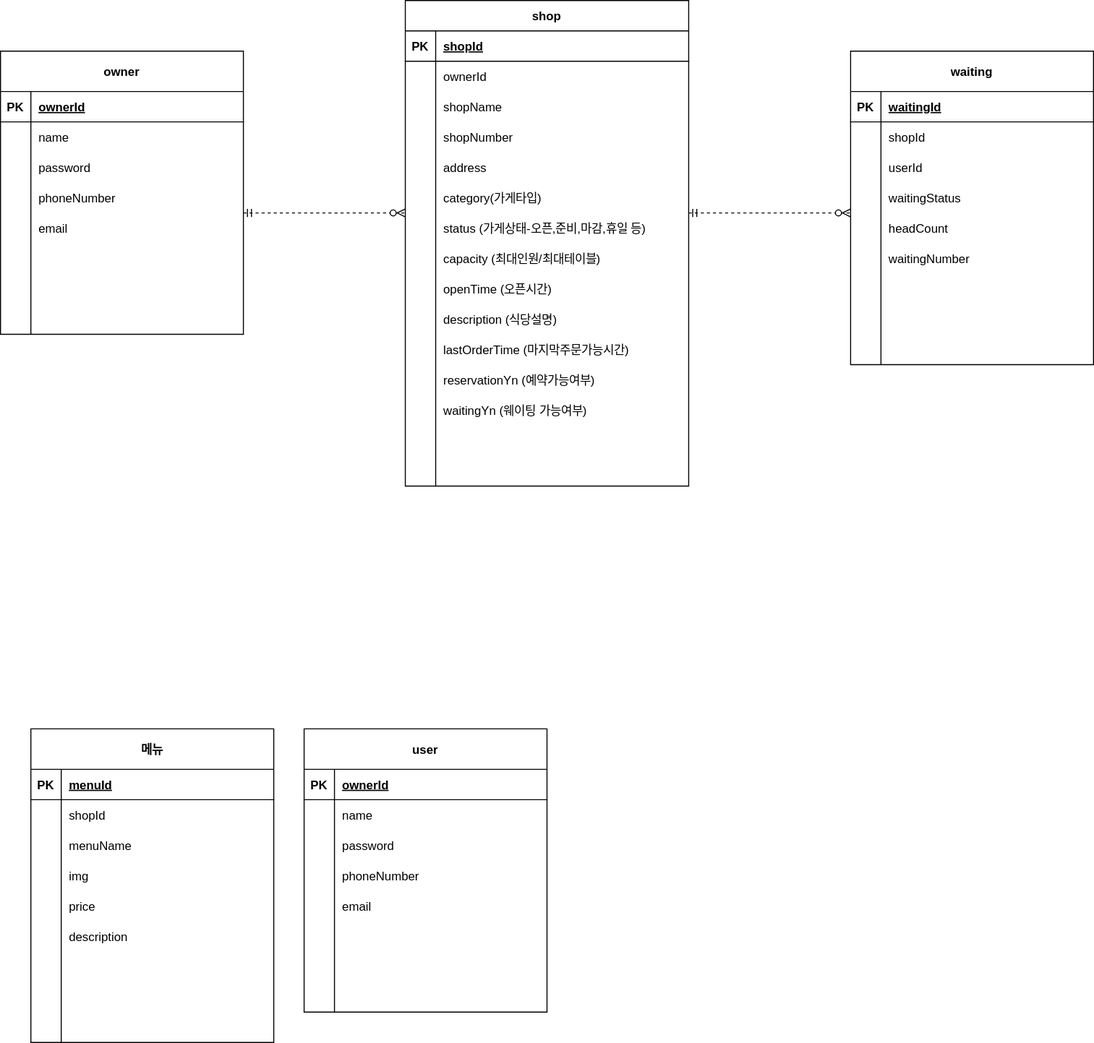
hyerinnn/reservetable keeps this draw.io diagram as document/reservetable-erd.svg. Above is the earlier version. Source tidied: cells renumbered, new cells last; positions are measured from the earlier drawing's top-left corner, leaving out a move shared by most shapes.
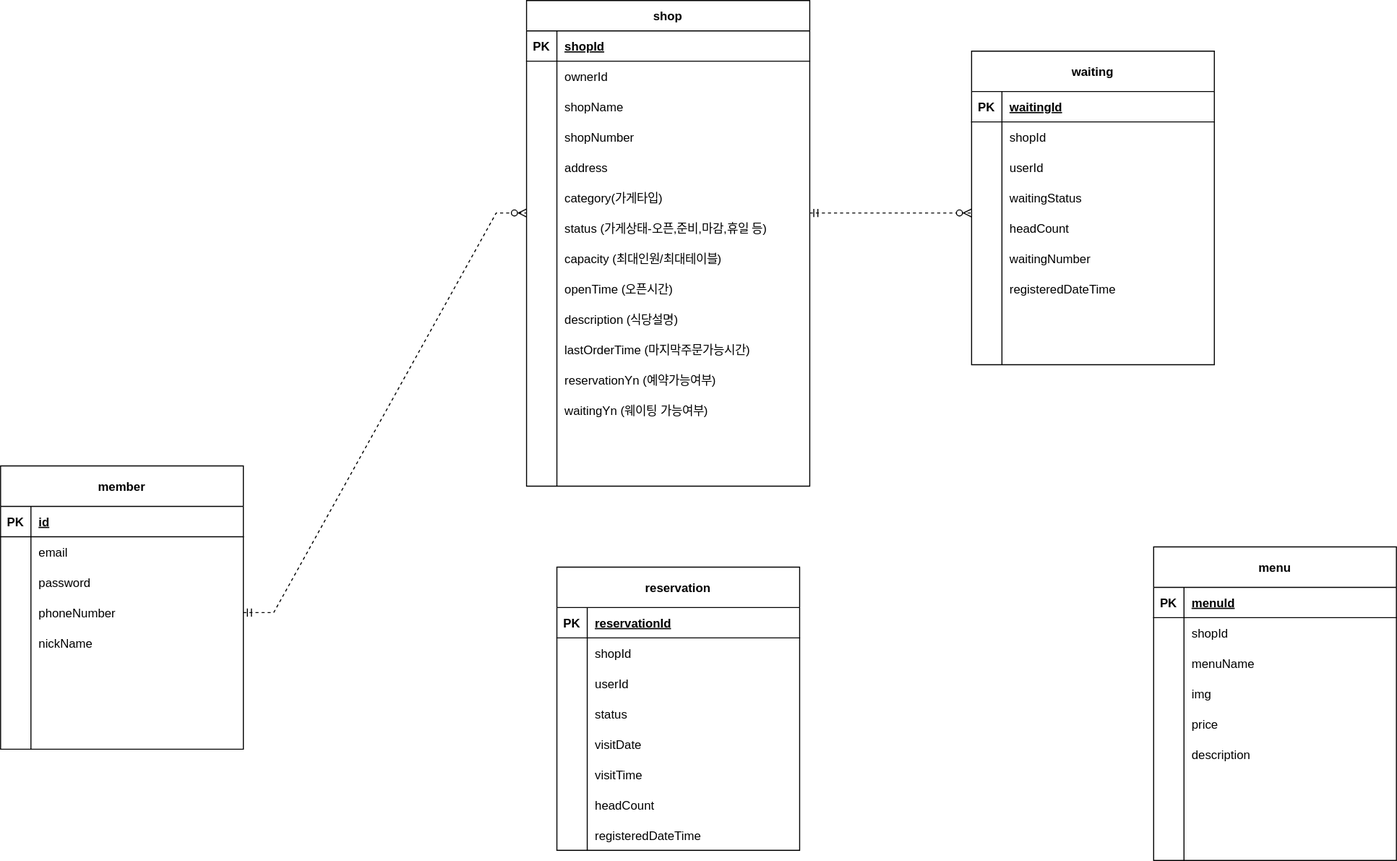
The same diagram one commit later.

The edit, as a diff of the source:
```diff
@@ -2,8 +2,8 @@
   <root>
     <mxCell id="0" />
     <mxCell id="1" parent="0" />
-    <mxCell id="2" value="owner" style="shape=table;startSize=40;rowLines=0;fontStyle=1;align=center;" parent="1" vertex="1">
-      <mxGeometry y="50" width="240" height="280" as="geometry" />
+    <mxCell id="2" value="member" style="shape=table;startSize=40;rowLines=0;fontStyle=1;align=center;" parent="1" vertex="1">
+      <mxGeometry x="30" y="460" width="240" height="280" as="geometry" />
     </mxCell>
     <mxCell id="3" style="shape=partialRectangle;fillColor=none;top=0;left=0;right=0;bottom=1;" parent="2" vertex="1">
       <mxGeometry y="40" width="240" height="30" as="geometry" />
@@ -11,7 +11,7 @@
     <mxCell id="4" value="PK" style="shape=partialRectangle;overflow=hidden;fillColor=none;top=0;left=0;bottom=0;right=0;fontStyle=1;" parent="3" vertex="1">
       <mxGeometry width="30" height="30" as="geometry" />
     </mxCell>
-    <mxCell id="5" value="ownerId" style="shape=partialRectangle;overflow=hidden;fillColor=none;top=0;left=0;bottom=0;right=0;align=left;spacingLeft=6;fontStyle=5;" parent="3" vertex="1">
+    <mxCell id="5" value="id" style="shape=partialRectangle;overflow=hidden;fillColor=none;top=0;left=0;bottom=0;right=0;align=left;spacingLeft=6;fontStyle=5;" parent="3" vertex="1">
       <mxGeometry x="30" width="210" height="30" as="geometry" />
     </mxCell>
     <mxCell id="6" style="shape=partialRectangle;fillColor=none;top=0;left=0;right=0;bottom=0;" parent="2" vertex="1">
@@ -20,7 +20,7 @@
     <mxCell id="7" style="shape=partialRectangle;overflow=hidden;fillColor=none;top=0;left=0;bottom=0;right=0;" parent="6" vertex="1">
       <mxGeometry width="30" height="30" as="geometry" />
     </mxCell>
-    <mxCell id="8" value="name" style="shape=partialRectangle;overflow=hidden;fillColor=none;top=0;left=0;bottom=0;right=0;align=left;spacingLeft=6;" parent="6" vertex="1">
+    <mxCell id="8" value="email" style="shape=partialRectangle;overflow=hidden;fillColor=none;top=0;left=0;bottom=0;right=0;align=left;spacingLeft=6;" parent="6" vertex="1">
       <mxGeometry x="30" width="210" height="30" as="geometry" />
     </mxCell>
     <mxCell id="9" style="shape=partialRectangle;fillColor=none;top=0;left=0;right=0;bottom=0;" parent="2" vertex="1">
@@ -47,7 +47,7 @@
     <mxCell id="16" style="shape=partialRectangle;overflow=hidden;fillColor=none;top=0;left=0;bottom=0;right=0;" parent="15" vertex="1">
       <mxGeometry width="30" height="30" as="geometry" />
     </mxCell>
-    <mxCell id="17" value="email" style="shape=partialRectangle;overflow=hidden;fillColor=none;top=0;left=0;bottom=0;right=0;align=left;spacingLeft=6;" parent="15" vertex="1">
+    <mxCell id="17" value="nickName" style="shape=partialRectangle;overflow=hidden;fillColor=none;top=0;left=0;bottom=0;right=0;align=left;spacingLeft=6;" parent="15" vertex="1">
       <mxGeometry x="30" width="210" height="30" as="geometry" />
     </mxCell>
     <mxCell id="18" style="shape=partialRectangle;fillColor=none;top=0;left=0;right=0;bottom=0;" parent="2" vertex="1">
@@ -78,7 +78,7 @@
       <mxGeometry x="30" width="210" height="30" as="geometry" />
     </mxCell>
     <mxCell id="27" value="shop" style="shape=table;startSize=30;rowLines=0;fontStyle=1;align=center;" parent="1" vertex="1">
-      <mxGeometry x="400" width="280" height="480" as="geometry" />
+      <mxGeometry x="550" width="280" height="480" as="geometry" />
     </mxCell>
     <mxCell id="28" style="shape=partialRectangle;fillColor=none;top=0;left=0;right=0;bottom=1;" parent="27" vertex="1">
       <mxGeometry y="30" width="280" height="30" as="geometry" />
@@ -215,17 +215,16 @@
     <mxCell id="72" style="shape=partialRectangle;overflow=hidden;fillColor=none;top=0;left=0;bottom=0;right=0;align=left;spacingLeft=6;" parent="70" vertex="1">
       <mxGeometry x="30" width="250" height="30" as="geometry" />
     </mxCell>
-    <mxCell id="73" style="edgeStyle=entityRelationEdgeStyle;fontSize=12;html=1;endArrow=ERzeroToMany;startArrow=ERmandOne;rounded=0;exitX=1;exitY=0.5;exitDx=0;exitDy=0;entryX=0;entryY=0.5;entryDx=0;entryDy=0;dashed=1;" parent="1" edge="1">
+    <mxCell id="73" style="edgeStyle=entityRelationEdgeStyle;fontSize=12;html=1;endArrow=ERzeroToMany;startArrow=ERmandOne;rounded=0;entryX=0;entryY=0.5;entryDx=0;entryDy=0;dashed=1;exitX=1;exitY=0.5;exitDx=0;exitDy=0;" parent="1" edge="1" source="12">
       <mxGeometry relative="1" as="geometry">
-        <mxPoint x="240" y="210" as="sourcePoint" />
-        <mxPoint x="400" y="210" as="targetPoint" />
+        <mxPoint x="550" y="210" as="targetPoint" />
         <Array as="points">
-          <mxPoint x="320" y="190" />
+          <mxPoint x="470" y="190" />
         </Array>
       </mxGeometry>
     </mxCell>
-    <mxCell id="74" value="메뉴" style="shape=table;startSize=40;rowLines=0;fontStyle=1;align=center;" parent="1" vertex="1">
-      <mxGeometry x="30" y="720" width="240" height="310" as="geometry" />
+    <mxCell id="74" value="menu" style="shape=table;startSize=40;rowLines=0;fontStyle=1;align=center;" parent="1" vertex="1">
+      <mxGeometry x="1170" y="540" width="240" height="310" as="geometry" />
     </mxCell>
     <mxCell id="75" style="shape=partialRectangle;fillColor=none;top=0;left=0;right=0;bottom=1;" parent="74" vertex="1">
       <mxGeometry y="40" width="240" height="30" as="geometry" />
@@ -308,83 +307,8 @@
     <mxCell id="101" style="shape=partialRectangle;overflow=hidden;fillColor=none;top=0;left=0;bottom=0;right=0;align=left;spacingLeft=6;" parent="99" vertex="1">
       <mxGeometry x="30" width="210" height="30" as="geometry" />
     </mxCell>
-    <mxCell id="102" value="user" style="shape=table;startSize=40;rowLines=0;fontStyle=1;align=center;" parent="1" vertex="1">
-      <mxGeometry x="300" y="720" width="240" height="280" as="geometry" />
-    </mxCell>
-    <mxCell id="103" style="shape=partialRectangle;fillColor=none;top=0;left=0;right=0;bottom=1;" parent="102" vertex="1">
-      <mxGeometry y="40" width="240" height="30" as="geometry" />
-    </mxCell>
-    <mxCell id="104" value="PK" style="shape=partialRectangle;overflow=hidden;fillColor=none;top=0;left=0;bottom=0;right=0;fontStyle=1;" parent="103" vertex="1">
-      <mxGeometry width="30" height="30" as="geometry" />
-    </mxCell>
-    <mxCell id="105" value="ownerId" style="shape=partialRectangle;overflow=hidden;fillColor=none;top=0;left=0;bottom=0;right=0;align=left;spacingLeft=6;fontStyle=5;" parent="103" vertex="1">
-      <mxGeometry x="30" width="210" height="30" as="geometry" />
-    </mxCell>
-    <mxCell id="106" style="shape=partialRectangle;fillColor=none;top=0;left=0;right=0;bottom=0;" parent="102" vertex="1">
-      <mxGeometry y="70" width="240" height="30" as="geometry" />
-    </mxCell>
-    <mxCell id="107" style="shape=partialRectangle;overflow=hidden;fillColor=none;top=0;left=0;bottom=0;right=0;" parent="106" vertex="1">
-      <mxGeometry width="30" height="30" as="geometry" />
-    </mxCell>
-    <mxCell id="108" value="name" style="shape=partialRectangle;overflow=hidden;fillColor=none;top=0;left=0;bottom=0;right=0;align=left;spacingLeft=6;" parent="106" vertex="1">
-      <mxGeometry x="30" width="210" height="30" as="geometry" />
-    </mxCell>
-    <mxCell id="109" style="shape=partialRectangle;fillColor=none;top=0;left=0;right=0;bottom=0;" parent="102" vertex="1">
-      <mxGeometry y="100" width="240" height="30" as="geometry" />
-    </mxCell>
-    <mxCell id="110" style="shape=partialRectangle;overflow=hidden;fillColor=none;top=0;left=0;bottom=0;right=0;" parent="109" vertex="1">
-      <mxGeometry width="30" height="30" as="geometry" />
-    </mxCell>
-    <mxCell id="111" value="password" style="shape=partialRectangle;overflow=hidden;fillColor=none;top=0;left=0;bottom=0;right=0;align=left;spacingLeft=6;" parent="109" vertex="1">
-      <mxGeometry x="30" width="210" height="30" as="geometry" />
-    </mxCell>
-    <mxCell id="112" style="shape=partialRectangle;fillColor=none;top=0;left=0;right=0;bottom=0;" parent="102" vertex="1">
-      <mxGeometry y="130" width="240" height="30" as="geometry" />
-    </mxCell>
-    <mxCell id="113" style="shape=partialRectangle;overflow=hidden;fillColor=none;top=0;left=0;bottom=0;right=0;" parent="112" vertex="1">
-      <mxGeometry width="30" height="30" as="geometry" />
-    </mxCell>
-    <mxCell id="114" value="phoneNumber" style="shape=partialRectangle;overflow=hidden;fillColor=none;top=0;left=0;bottom=0;right=0;align=left;spacingLeft=6;" parent="112" vertex="1">
-      <mxGeometry x="30" width="210" height="30" as="geometry" />
-    </mxCell>
-    <mxCell id="115" style="shape=partialRectangle;fillColor=none;top=0;left=0;right=0;bottom=0;" parent="102" vertex="1">
-      <mxGeometry y="160" width="240" height="30" as="geometry" />
-    </mxCell>
-    <mxCell id="116" style="shape=partialRectangle;overflow=hidden;fillColor=none;top=0;left=0;bottom=0;right=0;" parent="115" vertex="1">
-      <mxGeometry width="30" height="30" as="geometry" />
-    </mxCell>
-    <mxCell id="117" value="email" style="shape=partialRectangle;overflow=hidden;fillColor=none;top=0;left=0;bottom=0;right=0;align=left;spacingLeft=6;" parent="115" vertex="1">
-      <mxGeometry x="30" width="210" height="30" as="geometry" />
-    </mxCell>
-    <mxCell id="118" style="shape=partialRectangle;fillColor=none;top=0;left=0;right=0;bottom=0;" parent="102" vertex="1">
-      <mxGeometry y="190" width="240" height="30" as="geometry" />
-    </mxCell>
-    <mxCell id="119" style="shape=partialRectangle;overflow=hidden;fillColor=none;top=0;left=0;bottom=0;right=0;" parent="118" vertex="1">
-      <mxGeometry width="30" height="30" as="geometry" />
-    </mxCell>
-    <mxCell id="120" style="shape=partialRectangle;overflow=hidden;fillColor=none;top=0;left=0;bottom=0;right=0;align=left;spacingLeft=6;" parent="118" vertex="1">
-      <mxGeometry x="30" width="210" height="30" as="geometry" />
-    </mxCell>
-    <mxCell id="121" style="shape=partialRectangle;fillColor=none;top=0;left=0;right=0;bottom=0;" parent="102" vertex="1">
-      <mxGeometry y="220" width="240" height="30" as="geometry" />
-    </mxCell>
-    <mxCell id="122" style="shape=partialRectangle;overflow=hidden;fillColor=none;top=0;left=0;bottom=0;right=0;" parent="121" vertex="1">
-      <mxGeometry width="30" height="30" as="geometry" />
-    </mxCell>
-    <mxCell id="123" style="shape=partialRectangle;overflow=hidden;fillColor=none;top=0;left=0;bottom=0;right=0;align=left;spacingLeft=6;" parent="121" vertex="1">
-      <mxGeometry x="30" width="210" height="30" as="geometry" />
-    </mxCell>
-    <mxCell id="124" style="shape=partialRectangle;fillColor=none;top=0;left=0;right=0;bottom=0;" parent="102" vertex="1">
-      <mxGeometry y="250" width="240" height="30" as="geometry" />
-    </mxCell>
-    <mxCell id="125" style="shape=partialRectangle;overflow=hidden;fillColor=none;top=0;left=0;bottom=0;right=0;" parent="124" vertex="1">
-      <mxGeometry width="30" height="30" as="geometry" />
-    </mxCell>
-    <mxCell id="126" style="shape=partialRectangle;overflow=hidden;fillColor=none;top=0;left=0;bottom=0;right=0;align=left;spacingLeft=6;" parent="124" vertex="1">
-      <mxGeometry x="30" width="210" height="30" as="geometry" />
-    </mxCell>
     <mxCell id="127" value="waiting" style="shape=table;startSize=40;rowLines=0;fontStyle=1;align=center;" parent="1" vertex="1">
-      <mxGeometry x="840" y="50" width="240" height="310" as="geometry" />
+      <mxGeometry x="990" y="50" width="240" height="310" as="geometry" />
     </mxCell>
     <mxCell id="128" style="shape=partialRectangle;fillColor=none;top=0;left=0;right=0;bottom=1;" parent="127" vertex="1">
       <mxGeometry y="40" width="240" height="30" as="geometry" />
@@ -446,7 +370,7 @@
     <mxCell id="147" style="shape=partialRectangle;overflow=hidden;fillColor=none;top=0;left=0;bottom=0;right=0;" parent="146" vertex="1">
       <mxGeometry width="30" height="30" as="geometry" />
     </mxCell>
-    <mxCell id="148" style="shape=partialRectangle;overflow=hidden;fillColor=none;top=0;left=0;bottom=0;right=0;align=left;spacingLeft=6;" parent="146" vertex="1">
+    <mxCell id="148" value="registeredDateTime" style="shape=partialRectangle;overflow=hidden;fillColor=none;top=0;left=0;bottom=0;right=0;align=left;spacingLeft=6;" parent="146" vertex="1">
       <mxGeometry x="30" width="210" height="30" as="geometry" />
     </mxCell>
     <mxCell id="149" style="shape=partialRectangle;fillColor=none;top=0;left=0;right=0;bottom=0;" parent="127" vertex="1">
@@ -469,12 +393,87 @@
     </mxCell>
     <mxCell id="155" style="edgeStyle=entityRelationEdgeStyle;fontSize=12;html=1;endArrow=ERzeroToMany;startArrow=ERmandOne;rounded=0;exitX=1;exitY=0.5;exitDx=0;exitDy=0;entryX=0;entryY=0.5;entryDx=0;entryDy=0;dashed=1;" parent="1" edge="1">
       <mxGeometry relative="1" as="geometry">
-        <mxPoint x="680" y="210" as="sourcePoint" />
-        <mxPoint x="840" y="210" as="targetPoint" />
+        <mxPoint x="830" y="210" as="sourcePoint" />
+        <mxPoint x="990" y="210" as="targetPoint" />
         <Array as="points">
-          <mxPoint x="760" y="190" />
+          <mxPoint x="910" y="190" />
         </Array>
       </mxGeometry>
     </mxCell>
+    <mxCell id="156" value="reservation" style="shape=table;startSize=40;rowLines=0;fontStyle=1;align=center;" parent="1" vertex="1">
+      <mxGeometry x="580" y="560" width="240" height="280" as="geometry" />
+    </mxCell>
+    <mxCell id="103" style="shape=partialRectangle;fillColor=none;top=0;left=0;right=0;bottom=1;" parent="156" vertex="1">
+      <mxGeometry y="40" width="240" height="30" as="geometry" />
+    </mxCell>
+    <mxCell id="104" value="PK" style="shape=partialRectangle;overflow=hidden;fillColor=none;top=0;left=0;bottom=0;right=0;fontStyle=1;" parent="103" vertex="1">
+      <mxGeometry width="30" height="30" as="geometry" />
+    </mxCell>
+    <mxCell id="157" value="reservationId" style="shape=partialRectangle;overflow=hidden;fillColor=none;top=0;left=0;bottom=0;right=0;align=left;spacingLeft=6;fontStyle=5;" parent="103" vertex="1">
+      <mxGeometry x="30" width="210" height="30" as="geometry" />
+    </mxCell>
+    <mxCell id="106" style="shape=partialRectangle;fillColor=none;top=0;left=0;right=0;bottom=0;" parent="156" vertex="1">
+      <mxGeometry y="70" width="240" height="30" as="geometry" />
+    </mxCell>
+    <mxCell id="158" style="shape=partialRectangle;overflow=hidden;fillColor=none;top=0;left=0;bottom=0;right=0;" parent="106" vertex="1">
+      <mxGeometry width="30" height="30" as="geometry" />
+    </mxCell>
+    <mxCell id="159" value="shopId" style="shape=partialRectangle;overflow=hidden;fillColor=none;top=0;left=0;bottom=0;right=0;align=left;spacingLeft=6;" parent="106" vertex="1">
+      <mxGeometry x="30" width="210" height="30" as="geometry" />
+    </mxCell>
+    <mxCell id="109" style="shape=partialRectangle;fillColor=none;top=0;left=0;right=0;bottom=0;" parent="156" vertex="1">
+      <mxGeometry y="100" width="240" height="30" as="geometry" />
+    </mxCell>
+    <mxCell id="160" style="shape=partialRectangle;overflow=hidden;fillColor=none;top=0;left=0;bottom=0;right=0;" parent="109" vertex="1">
+      <mxGeometry width="30" height="30" as="geometry" />
+    </mxCell>
+    <mxCell id="161" value="userId" style="shape=partialRectangle;overflow=hidden;fillColor=none;top=0;left=0;bottom=0;right=0;align=left;spacingLeft=6;" parent="109" vertex="1">
+      <mxGeometry x="30" width="210" height="30" as="geometry" />
+    </mxCell>
+    <mxCell id="112" style="shape=partialRectangle;fillColor=none;top=0;left=0;right=0;bottom=0;" parent="156" vertex="1">
+      <mxGeometry y="130" width="240" height="30" as="geometry" />
+    </mxCell>
+    <mxCell id="162" style="shape=partialRectangle;overflow=hidden;fillColor=none;top=0;left=0;bottom=0;right=0;" parent="112" vertex="1">
+      <mxGeometry width="30" height="30" as="geometry" />
+    </mxCell>
+    <mxCell id="163" value="status" style="shape=partialRectangle;overflow=hidden;fillColor=none;top=0;left=0;bottom=0;right=0;align=left;spacingLeft=6;" parent="112" vertex="1">
+      <mxGeometry x="30" width="210" height="30" as="geometry" />
+    </mxCell>
+    <mxCell id="115" style="shape=partialRectangle;fillColor=none;top=0;left=0;right=0;bottom=0;" parent="156" vertex="1">
+      <mxGeometry y="160" width="240" height="30" as="geometry" />
+    </mxCell>
+    <mxCell id="164" style="shape=partialRectangle;overflow=hidden;fillColor=none;top=0;left=0;bottom=0;right=0;" parent="115" vertex="1">
+      <mxGeometry width="30" height="30" as="geometry" />
+    </mxCell>
+    <mxCell id="165" value="visitDate" style="shape=partialRectangle;overflow=hidden;fillColor=none;top=0;left=0;bottom=0;right=0;align=left;spacingLeft=6;" parent="115" vertex="1">
+      <mxGeometry x="30" width="210" height="30" as="geometry" />
+    </mxCell>
+    <mxCell id="118" style="shape=partialRectangle;fillColor=none;top=0;left=0;right=0;bottom=0;" parent="156" vertex="1">
+      <mxGeometry y="190" width="240" height="30" as="geometry" />
+    </mxCell>
+    <mxCell id="166" style="shape=partialRectangle;overflow=hidden;fillColor=none;top=0;left=0;bottom=0;right=0;" parent="118" vertex="1">
+      <mxGeometry width="30" height="30" as="geometry" />
+    </mxCell>
+    <mxCell id="167" value="visitTime" style="shape=partialRectangle;overflow=hidden;fillColor=none;top=0;left=0;bottom=0;right=0;align=left;spacingLeft=6;" parent="118" vertex="1">
+      <mxGeometry x="30" width="210" height="30" as="geometry" />
+    </mxCell>
+    <mxCell id="121" style="shape=partialRectangle;fillColor=none;top=0;left=0;right=0;bottom=0;" parent="156" vertex="1">
+      <mxGeometry y="220" width="240" height="30" as="geometry" />
+    </mxCell>
+    <mxCell id="168" style="shape=partialRectangle;overflow=hidden;fillColor=none;top=0;left=0;bottom=0;right=0;" parent="121" vertex="1">
+      <mxGeometry width="30" height="30" as="geometry" />
+    </mxCell>
+    <mxCell id="169" value="headCount" style="shape=partialRectangle;overflow=hidden;fillColor=none;top=0;left=0;bottom=0;right=0;align=left;spacingLeft=6;" parent="121" vertex="1">
+      <mxGeometry x="30" width="210" height="30" as="geometry" />
+    </mxCell>
+    <mxCell id="124" style="shape=partialRectangle;fillColor=none;top=0;left=0;right=0;bottom=0;" parent="156" vertex="1">
+      <mxGeometry y="250" width="240" height="30" as="geometry" />
+    </mxCell>
+    <mxCell id="170" style="shape=partialRectangle;overflow=hidden;fillColor=none;top=0;left=0;bottom=0;right=0;" parent="124" vertex="1">
+      <mxGeometry width="30" height="30" as="geometry" />
+    </mxCell>
+    <mxCell id="171" value="registeredDateTime" style="shape=partialRectangle;overflow=hidden;fillColor=none;top=0;left=0;bottom=0;right=0;align=left;spacingLeft=6;" parent="124" vertex="1">
+      <mxGeometry x="30" width="210" height="30" as="geometry" />
+    </mxCell>
   </root>
 </mxGraphModel>
```
